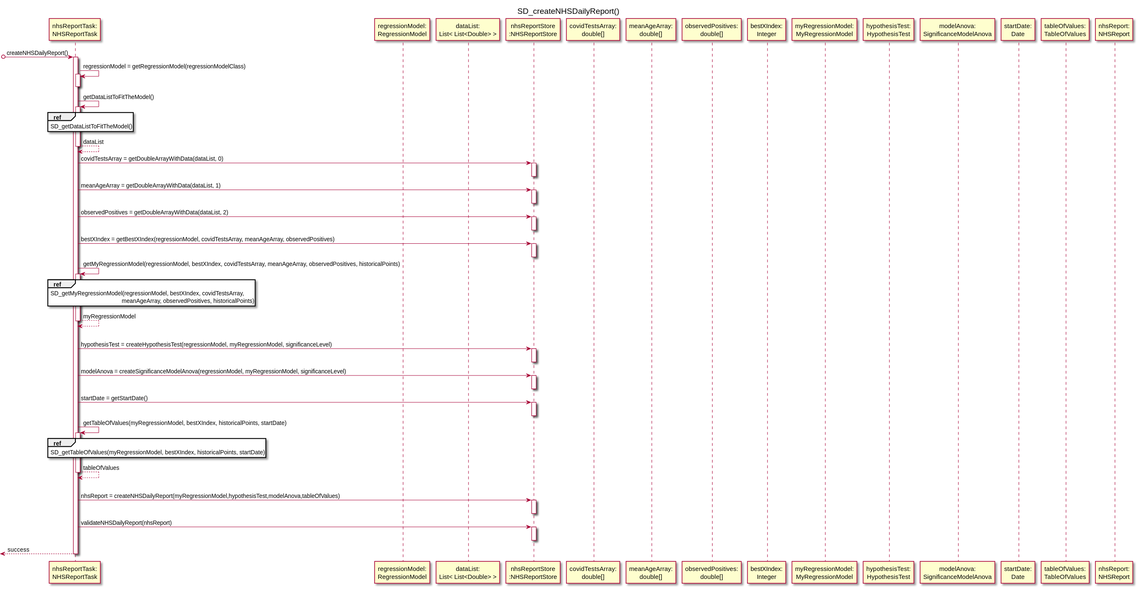
ana-albergaria/LAPR2-ISEP keeps this PlantUML diagram as docs/SprintD/US_19/US19_SD_CreateNHSDailyReport3.svg. Above is the earlier version.
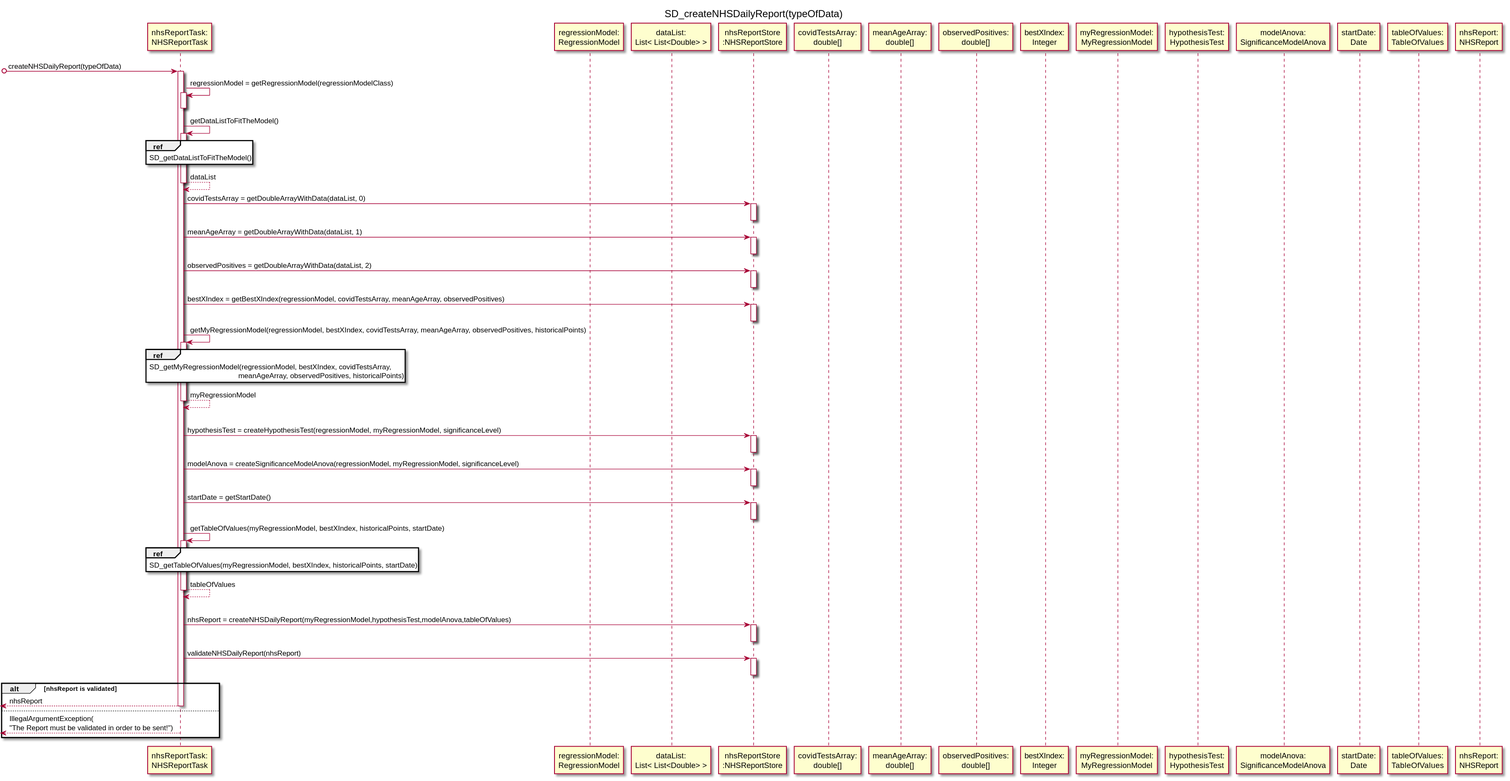
After the commit.

Change to the diagram source:
```diff
@@ -1,6 +1,6 @@
 @startuml
 
-title SD_createNHSDailyReport()
+title SD_createNHSDailyReport(typeOfData)
 
 participant "nhsReportTask:\nNHSReportTask" as TASK
 participant "regressionModel:\nRegressionModel" as REGRESSION_MODEL
@@ -17,7 +17,7 @@
 participant "tableOfValues:\nTableOfValues"
 participant "nhsReport:\nNHSReport"
 
-[o-> TASK : createNHSDailyReport()
+[o-> TASK : createNHSDailyReport(typeOfData)
 
 activate TASK
 TASK -> TASK : regressionModel = getRegressionModel(regressionModelClass)
@@ -85,8 +85,14 @@
 activate NHS_REPORT_STORE
 deactivate NHS_REPORT_STORE
 
-[<-- TASK : success
+alt nhsReport is validated
+[<-- TASK : nhsReport
 deactivate TASK
+else
+[<-- TASK : IllegalArgumentException(\n"The Report must be validated in order to be sent!")
+deactivate TASK
+end
+
 
 
 
```
